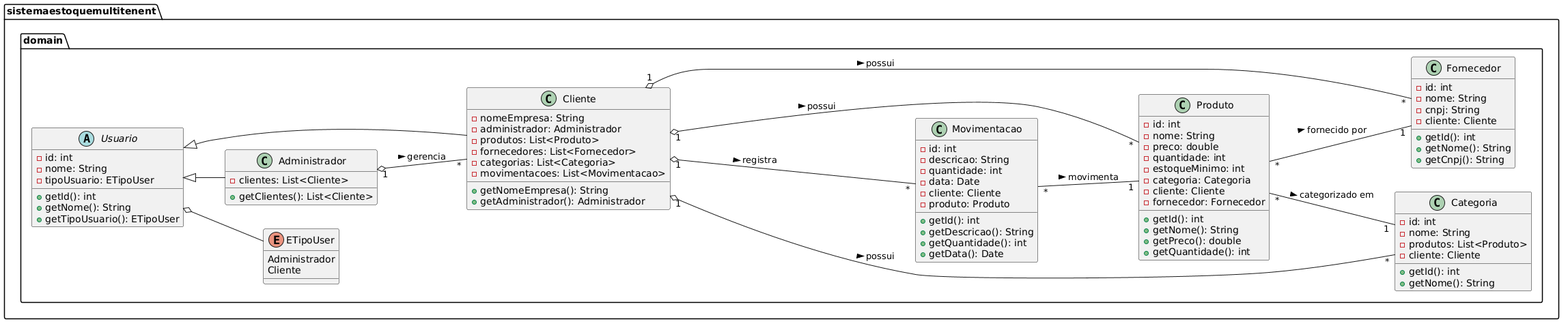
The PlantUML diagram src/main/resources/diagramas/DiagramaDeClasse.png in thesimas/SistemaEstoqueMultiTenent, before a commit. Source of this version:
```plantuml
@startuml
package "sistemaestoquemultitenent.domain" {

    enum ETipoUser {
        Administrador
        Cliente
    }

    abstract class Usuario {
        - id: int
        - nome: String
        - tipoUsuario: ETipoUser
        + getId(): int
        + getNome(): String
        + getTipoUsuario(): ETipoUser
    }

    class Administrador {
        - clientes: List<Cliente>
        + getClientes(): List<Cliente>
    }

    class Cliente {
        - nomeEmpresa: String
        - administrador: Administrador
        - produtos: List<Produto>
        - fornecedores: List<Fornecedor>
        - categorias: List<Categoria>
        - movimentacoes: List<Movimentacao>
        + getNomeEmpresa(): String
        + getAdministrador(): Administrador
    }

    class Categoria {
        - id: int
        - nome: String
        - produtos: List<Produto>
        - cliente: Cliente
        + getId(): int
        + getNome(): String
    }

    class Fornecedor {
        - id: int
        - nome: String
        - cnpj: String
        - cliente: Cliente
        + getId(): int
        + getNome(): String
        + getCnpj(): String
    }

    class Produto {
        - id: int
        - nome: String
        - preco: double
        - quantidade: int
        - estoqueMinimo: int
        - categoria: Categoria
        - cliente: Cliente
        - fornecedor: Fornecedor
        + getId(): int
        + getNome(): String
        + getPreco(): double
        + getQuantidade(): int
    }

    class Movimentacao {
        - id: int
        - descricao: String
        - quantidade: int
        - data: Date
        - cliente: Cliente
        - produto: Produto
        + getId(): int
        + getDescricao(): String
        + getQuantidade(): int
        + getData(): Date
    }
}

Usuario <|-- Administrador
Usuario <|-- Cliente

Usuario o-- ETipoUser
left to right direction
Administrador "1" o-- "*" Cliente : gerencia >
Cliente "1" o--- "*" Produto : possui >
Cliente "1" o-- "*" Categoria : possui >
Cliente "1" o-- "*" Fornecedor : possui >
Cliente "1" o---- "*" Movimentacao : registra >

Produto "*" -- "1" Categoria : categorizado em >
Produto "*" -- "1" Fornecedor : fornecido por >

Movimentacao "*" -- "1" Produto : movimenta >
@enduml
```
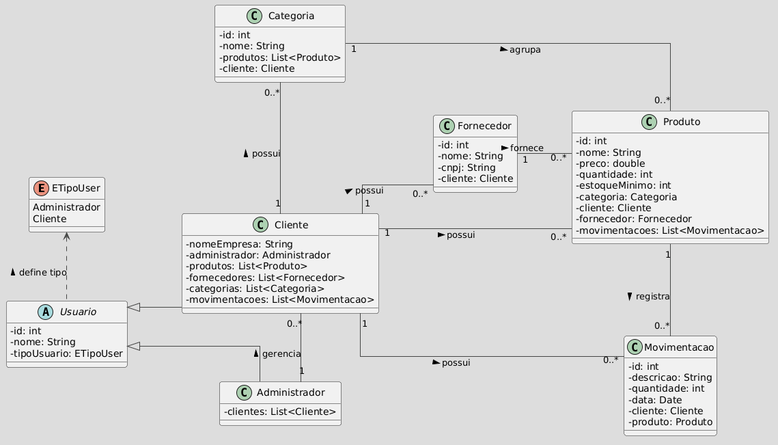
After the commit.

Commit message:
Atualizando o diagrama de classes!

What changed in the source:
```diff
@@ -1,97 +1,87 @@
 @startuml
-package "sistemaestoquemultitenent.domain" {
+!theme toy
+skinparam classAttributeIconSize 0
+skinparam linetype ortho
+skinparam shadowing false
 
-    enum ETipoUser {
-        Administrador
-        Cliente
-    }
-
-    abstract class Usuario {
-        - id: int
-        - nome: String
-        - tipoUsuario: ETipoUser
-        + getId(): int
-        + getNome(): String
-        + getTipoUsuario(): ETipoUser
-    }
-
-    class Administrador {
-        - clientes: List<Cliente>
-        + getClientes(): List<Cliente>
-    }
-
-    class Cliente {
-        - nomeEmpresa: String
-        - administrador: Administrador
-        - produtos: List<Produto>
-        - fornecedores: List<Fornecedor>
-        - categorias: List<Categoria>
-        - movimentacoes: List<Movimentacao>
-        + getNomeEmpresa(): String
-        + getAdministrador(): Administrador
-    }
-
-    class Categoria {
-        - id: int
-        - nome: String
-        - produtos: List<Produto>
-        - cliente: Cliente
-        + getId(): int
-        + getNome(): String
-    }
-
-    class Fornecedor {
-        - id: int
-        - nome: String
-        - cnpj: String
-        - cliente: Cliente
-        + getId(): int
-        + getNome(): String
-        + getCnpj(): String
-    }
-
-    class Produto {
-        - id: int
-        - nome: String
-        - preco: double
-        - quantidade: int
-        - estoqueMinimo: int
-        - categoria: Categoria
-        - cliente: Cliente
-        - fornecedor: Fornecedor
-        + getId(): int
-        + getNome(): String
-        + getPreco(): double
-        + getQuantidade(): int
-    }
-
-    class Movimentacao {
-        - id: int
-        - descricao: String
-        - quantidade: int
-        - data: Date
-        - cliente: Cliente
-        - produto: Produto
-        + getId(): int
-        + getDescricao(): String
-        + getQuantidade(): int
-        + getData(): Date
-    }
+enum ETipoUser {
+    Administrador
+    Cliente
 }
 
-Usuario <|-- Administrador
-Usuario <|-- Cliente
+abstract class Usuario {
+    - id: int
+    - nome: String
+    - tipoUsuario: ETipoUser
+}
 
-Usuario o-- ETipoUser
+class Administrador extends Usuario {
+    - clientes: List<Cliente>
+
+}
+
+class Cliente extends Usuario {
+    - nomeEmpresa: String
+    - administrador: Administrador
+    - produtos: List<Produto>
+    - fornecedores: List<Fornecedor>
+    - categorias: List<Categoria>
+    - movimentacoes: List<Movimentacao>
+
+}
+
+class Categoria {
+    - id: int
+    - nome: String
+    - produtos: List<Produto>
+    - cliente: Cliente
+
+}
+
+class Fornecedor {
+    - id: int
+    - nome: String
+    - cnpj: String
+    - cliente: Cliente
+}
+
+class Produto {
+    - id: int
+    - nome: String
+    - preco: double
+    - quantidade: int
+    - estoqueMinimo: int
+    - categoria: Categoria
+    - cliente: Cliente
+    - fornecedor: Fornecedor
+    - movimentacoes: List<Movimentacao>
+}
+
+class Movimentacao {
+    - id: int
+    - descricao: String
+    - quantidade: int
+    - data: Date
+    - cliente: Cliente
+    - produto: Produto
+}
+
+
+Usuario ..LEFT.> ETipoUser : define tipo >
+
+Administrador "1" --left-- "0..*" Cliente : gerencia >
+
+Cliente "1" -Down-- "0..*" Produto : possui >
+Cliente "1" --Right-- "0..*" Fornecedor : possui >
+Cliente "1" --Left-- "0..*" Categoria : possui >
+Cliente "1" -- "0..*" Movimentacao : possui >
+
+Categoria "1" -- "0..*" Produto : agrupa >
+Fornecedor "1" -RIGHT- "0..*" Produto : fornece >
+
+Produto "1" --Right-- "0..*" Movimentacao : registra >
+
 left to right direction
-Administrador "1" o-- "*" Cliente : gerencia >
-Cliente "1" o--- "*" Produto : possui >
-Cliente "1" o-- "*" Categoria : possui >
-Cliente "1" o-- "*" Fornecedor : possui >
-Cliente "1" o---- "*" Movimentacao : registra >
-
-Produto "*" -- "1" Categoria : categorizado em >
-Produto "*" -- "1" Fornecedor : fornecido por >
-
-Movimentacao "*" -- "1" Produto : movimenta >
+skinparam nodesep 100
+skinparam ranksep 80
 @enduml
```
